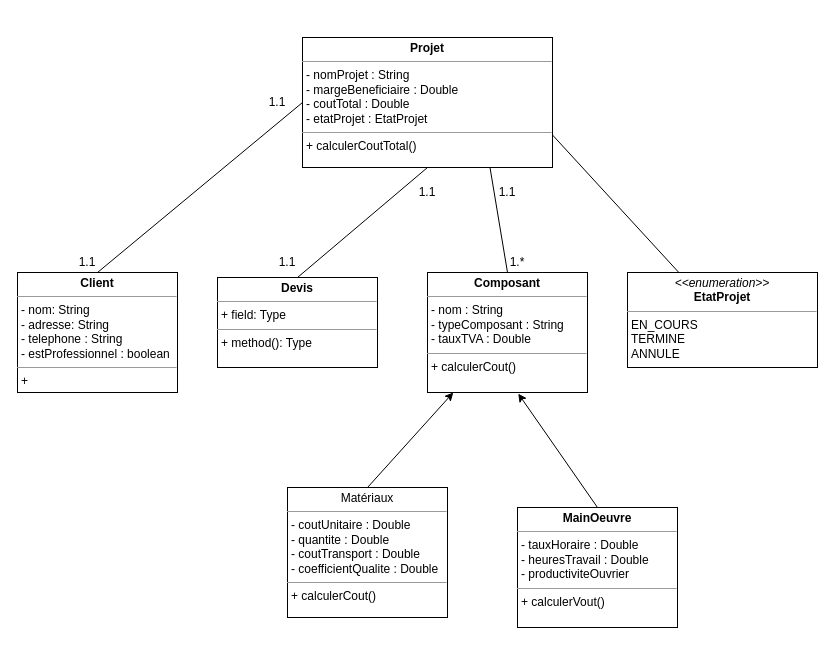
The draw.io diagram src/ db_migration/diagrammeClass.drawio in AllaouiJihad/BatiCuisine, before the edit. Source tidied: cells renumbered, new cells numbered last; positions are measured from the earlier drawing's top-left corner, leaving out a move shared by most shapes. Both pictures are drawn from the tidied source at 100%, with x=0, y=0 at pixel (17, 37).
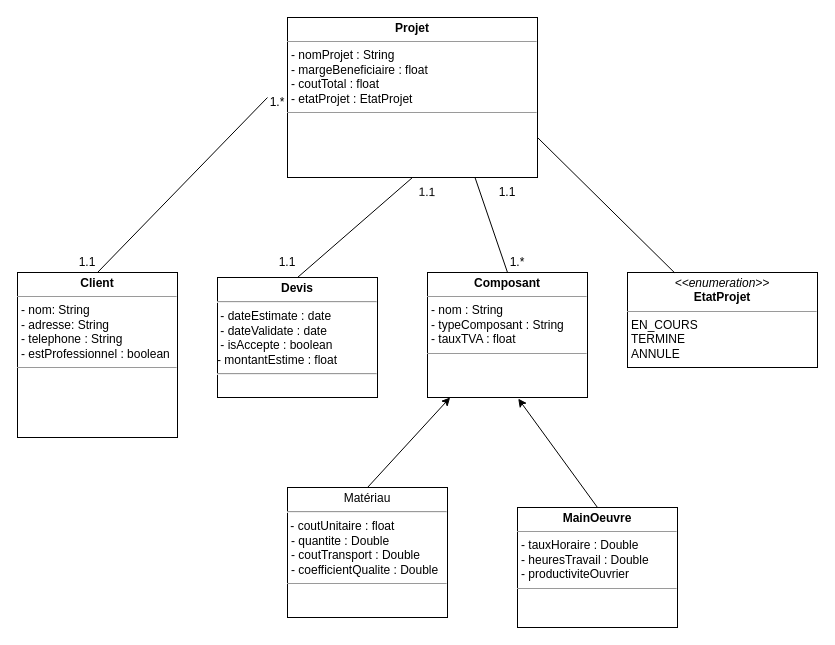
After the change.

Diff of the diagram source:
```diff
@@
-    <mxCell id="3" value="&lt;p style=&quot;margin:0px;margin-top:4px;text-align:center;&quot;&gt;&lt;b&gt;Projet&lt;/b&gt;&lt;/p&gt;&lt;hr size=&quot;1&quot;&gt;&lt;p style=&quot;margin:0px;margin-left:4px;&quot;&gt;- nomProjet : String&lt;/p&gt;&lt;p style=&quot;margin:0px;margin-left:4px;&quot;&gt;-&amp;nbsp;margeBeneficiaire : Double&lt;/p&gt;&lt;p style=&quot;margin:0px;margin-left:4px;&quot;&gt;-&amp;nbsp;coutTotal : Double&lt;/p&gt;&lt;p style=&quot;margin:0px;margin-left:4px;&quot;&gt;-&amp;nbsp;etatProjet : EtatProjet&lt;/p&gt;&lt;hr size=&quot;1&quot;&gt;&lt;p style=&quot;margin:0px;margin-left:4px;&quot;&gt;+ calculerCoutTotal()&lt;/p&gt;" style="verticalAlign=top;align=left;overflow=fill;fontSize=12;fontFamily=Helvetica;html=1;" parent="1" vertex="1">
-      <mxGeometry x="285" width="250" height="130" as="geometry" />
+    <mxCell id="3" value="&lt;p style=&quot;margin:0px;margin-top:4px;text-align:center;&quot;&gt;&lt;b&gt;Projet&lt;/b&gt;&lt;/p&gt;&lt;hr size=&quot;1&quot;&gt;&lt;p style=&quot;margin:0px;margin-left:4px;&quot;&gt;- nomProjet : String&lt;/p&gt;&lt;p style=&quot;margin:0px;margin-left:4px;&quot;&gt;-&amp;nbsp;margeBeneficiaire : float&lt;/p&gt;&lt;p style=&quot;margin:0px;margin-left:4px;&quot;&gt;-&amp;nbsp;coutTotal : float&lt;/p&gt;&lt;p style=&quot;margin:0px;margin-left:4px;&quot;&gt;-&amp;nbsp;etatProjet : EtatProjet&lt;/p&gt;&lt;hr size=&quot;1&quot;&gt;&lt;p style=&quot;margin:0px;margin-left:4px;&quot;&gt;&lt;br&gt;&lt;/p&gt;" style="verticalAlign=top;align=left;overflow=fill;fontSize=12;fontFamily=Helvetica;html=1;" parent="1" vertex="1">
+      <mxGeometry x="270" y="-20" width="250" height="160" as="geometry" />
     </mxCell>
-    <mxCell id="4" value="&lt;p style=&quot;margin:0px;margin-top:4px;text-align:center;&quot;&gt;&lt;b&gt;Client&lt;/b&gt;&lt;/p&gt;&lt;hr size=&quot;1&quot;&gt;&lt;p style=&quot;margin:0px;margin-left:4px;&quot;&gt;- nom: String&lt;/p&gt;&lt;p style=&quot;margin:0px;margin-left:4px;&quot;&gt;-&amp;nbsp;adresse: String&lt;/p&gt;&lt;p style=&quot;margin:0px;margin-left:4px;&quot;&gt;-&amp;nbsp;telephone : String&lt;/p&gt;&lt;p style=&quot;margin:0px;margin-left:4px;&quot;&gt;-&amp;nbsp;estProfessionnel : boolean&lt;/p&gt;&lt;hr size=&quot;1&quot;&gt;&lt;p style=&quot;margin:0px;margin-left:4px;&quot;&gt;+&lt;/p&gt;" style="verticalAlign=top;align=left;overflow=fill;fontSize=12;fontFamily=Helvetica;html=1;" parent="1" vertex="1">
-      <mxGeometry y="235" width="160" height="120" as="geometry" />
+    <mxCell id="4" value="&lt;p style=&quot;margin:0px;margin-top:4px;text-align:center;&quot;&gt;&lt;b&gt;Client&lt;/b&gt;&lt;/p&gt;&lt;hr size=&quot;1&quot;&gt;&lt;p style=&quot;margin:0px;margin-left:4px;&quot;&gt;- nom: String&lt;/p&gt;&lt;p style=&quot;margin:0px;margin-left:4px;&quot;&gt;-&amp;nbsp;adresse: String&lt;/p&gt;&lt;p style=&quot;margin:0px;margin-left:4px;&quot;&gt;-&amp;nbsp;telephone : String&lt;/p&gt;&lt;p style=&quot;margin:0px;margin-left:4px;&quot;&gt;-&amp;nbsp;estProfessionnel : boolean&lt;/p&gt;&lt;hr size=&quot;1&quot;&gt;&lt;p style=&quot;margin: 0px 0px 0px 4px;&quot;&gt;&lt;br&gt;&lt;/p&gt;" style="verticalAlign=top;align=left;overflow=fill;fontSize=12;fontFamily=Helvetica;html=1;" parent="1" vertex="1">
+      <mxGeometry y="235" width="160" height="165" as="geometry" />
     </mxCell>
-    <mxCell id="5" value="&lt;p style=&quot;margin:0px;margin-top:4px;text-align:center;&quot;&gt;&lt;b&gt;Devis&lt;/b&gt;&lt;/p&gt;&lt;hr size=&quot;1&quot;&gt;&lt;p style=&quot;margin:0px;margin-left:4px;&quot;&gt;+ field: Type&lt;/p&gt;&lt;hr size=&quot;1&quot;&gt;&lt;p style=&quot;margin:0px;margin-left:4px;&quot;&gt;+ method(): Type&lt;/p&gt;" style="verticalAlign=top;align=left;overflow=fill;fontSize=12;fontFamily=Helvetica;html=1;" parent="1" vertex="1">
-      <mxGeometry x="200" y="240" width="160" height="90" as="geometry" />
+    <mxCell id="5" value="&lt;p style=&quot;margin:0px;margin-top:4px;text-align:center;&quot;&gt;&lt;b&gt;Devis&lt;/b&gt;&lt;/p&gt;&lt;hr&gt;&amp;nbsp;- dateEstimate : date&lt;br&gt;&amp;nbsp;- dateValidate : date&lt;br&gt;&amp;nbsp;- isAccepte : boolean&lt;br&gt;- montantEstime : float&lt;br&gt;&lt;hr&gt;" style="verticalAlign=top;align=left;overflow=fill;fontSize=12;fontFamily=Helvetica;html=1;" parent="1" vertex="1">
+      <mxGeometry x="200" y="240" width="160" height="120" as="geometry" />
     </mxCell>
-    <mxCell id="6" value="&lt;p style=&quot;margin:0px;margin-top:4px;text-align:center;&quot;&gt;&lt;b&gt;Composant&lt;/b&gt;&lt;/p&gt;&lt;hr size=&quot;1&quot;&gt;&lt;p style=&quot;margin:0px;margin-left:4px;&quot;&gt;- nom : String&lt;/p&gt;&lt;p style=&quot;margin:0px;margin-left:4px;&quot;&gt;- typeComposant : String&lt;/p&gt;&lt;p style=&quot;margin:0px;margin-left:4px;&quot;&gt;- tauxTVA : Double&lt;/p&gt;&lt;hr size=&quot;1&quot;&gt;&lt;p style=&quot;margin:0px;margin-left:4px;&quot;&gt;+ calculerCout()&lt;/p&gt;" style="verticalAlign=top;align=left;overflow=fill;fontSize=12;fontFamily=Helvetica;html=1;" parent="1" vertex="1">
-      <mxGeometry x="410" y="235" width="160" height="120" as="geometry" />
+    <mxCell id="6" value="&lt;p style=&quot;margin:0px;margin-top:4px;text-align:center;&quot;&gt;&lt;b&gt;Composant&lt;/b&gt;&lt;/p&gt;&lt;hr size=&quot;1&quot;&gt;&lt;p style=&quot;margin:0px;margin-left:4px;&quot;&gt;- nom : String&lt;/p&gt;&lt;p style=&quot;margin:0px;margin-left:4px;&quot;&gt;- typeComposant : String&lt;/p&gt;&lt;p style=&quot;margin:0px;margin-left:4px;&quot;&gt;- tauxTVA : float&lt;/p&gt;&lt;hr size=&quot;1&quot;&gt;&lt;p style=&quot;margin: 0px 0px 0px 4px;&quot;&gt;&lt;br&gt;&lt;/p&gt;" style="verticalAlign=top;align=left;overflow=fill;fontSize=12;fontFamily=Helvetica;html=1;" parent="1" vertex="1">
+      <mxGeometry x="410" y="235" width="160" height="125" as="geometry" />
     </mxCell>
@@
-    <mxCell id="8" value="&lt;p style=&quot;margin:0px;margin-top:4px;text-align:center;&quot;&gt;Matériaux&lt;br&gt;&lt;/p&gt;&lt;hr size=&quot;1&quot;&gt;&lt;p style=&quot;margin:0px;margin-left:4px;&quot;&gt;- coutUnitaire : Double&lt;/p&gt;&lt;p style=&quot;margin:0px;margin-left:4px;&quot;&gt;- quantite : Double&lt;/p&gt;&lt;p style=&quot;margin:0px;margin-left:4px;&quot;&gt;- coutTransport : Double&lt;/p&gt;&lt;p style=&quot;margin:0px;margin-left:4px;&quot;&gt;- coefficientQualite : Double&lt;/p&gt;&lt;hr size=&quot;1&quot;&gt;&lt;p style=&quot;margin:0px;margin-left:4px;&quot;&gt;+ calculerCout()&lt;/p&gt;" style="verticalAlign=top;align=left;overflow=fill;fontSize=12;fontFamily=Helvetica;html=1;" parent="1" vertex="1">
+    <mxCell id="8" value="&lt;p style=&quot;margin:0px;margin-top:4px;text-align:center;&quot;&gt;Matériau&lt;/p&gt;&lt;hr&gt;&lt;p style=&quot;margin: 4px 0px 0px;&quot;&gt;&lt;span style=&quot;background-color: initial;&quot;&gt;&amp;nbsp;- coutUnitaire : float&lt;/span&gt;&lt;/p&gt;&lt;p style=&quot;margin:0px;margin-left:4px;&quot;&gt;- quantite : Double&lt;/p&gt;&lt;p style=&quot;margin:0px;margin-left:4px;&quot;&gt;- coutTransport : Double&lt;/p&gt;&lt;p style=&quot;margin:0px;margin-left:4px;&quot;&gt;- coefficientQualite : Double&lt;/p&gt;&lt;hr size=&quot;1&quot;&gt;&lt;p style=&quot;margin:0px;margin-left:4px;&quot;&gt;&lt;br&gt;&lt;/p&gt;" style="verticalAlign=top;align=left;overflow=fill;fontSize=12;fontFamily=Helvetica;html=1;" parent="1" vertex="1">
       <mxGeometry x="270" y="450" width="160" height="130" as="geometry" />
     </mxCell>
@@
-    <mxCell id="10" value="&lt;p style=&quot;margin:0px;margin-top:4px;text-align:center;&quot;&gt;&lt;b&gt;MainOeuvre&lt;/b&gt;&lt;/p&gt;&lt;hr size=&quot;1&quot;&gt;&lt;p style=&quot;margin:0px;margin-left:4px;&quot;&gt;- tauxHoraire : Double&lt;/p&gt;&lt;p style=&quot;margin:0px;margin-left:4px;&quot;&gt;- heuresTravail : Double&lt;/p&gt;&lt;p style=&quot;margin:0px;margin-left:4px;&quot;&gt;- productiviteOuvrier&lt;/p&gt;&lt;hr size=&quot;1&quot;&gt;&lt;p style=&quot;margin:0px;margin-left:4px;&quot;&gt;+ calculerVout()&lt;/p&gt;" style="verticalAlign=top;align=left;overflow=fill;fontSize=12;fontFamily=Helvetica;html=1;" parent="1" vertex="1">
+    <mxCell id="10" value="&lt;p style=&quot;margin:0px;margin-top:4px;text-align:center;&quot;&gt;&lt;b&gt;MainOeuvre&lt;/b&gt;&lt;/p&gt;&lt;hr size=&quot;1&quot;&gt;&lt;p style=&quot;margin:0px;margin-left:4px;&quot;&gt;- tauxHoraire : Double&lt;/p&gt;&lt;p style=&quot;margin:0px;margin-left:4px;&quot;&gt;- heuresTravail : Double&lt;/p&gt;&lt;p style=&quot;margin:0px;margin-left:4px;&quot;&gt;- productiviteOuvrier&lt;/p&gt;&lt;hr size=&quot;1&quot;&gt;&lt;p style=&quot;margin:0px;margin-left:4px;&quot;&gt;&lt;br&gt;&lt;/p&gt;" style="verticalAlign=top;align=left;overflow=fill;fontSize=12;fontFamily=Helvetica;html=1;" parent="1" vertex="1">
       <mxGeometry x="500" y="470" width="160" height="120" as="geometry" />
     </mxCell>
@@
-    <mxCell id="15" value="1.1" style="text;html=1;strokeColor=none;fillColor=none;align=center;verticalAlign=middle;whiteSpace=wrap;rounded=0;" parent="1" vertex="1">
+    <mxCell id="15" value="1.1" style="text;html=1;strokeColor=none;fillColor=none;align=center;verticalAlign=middle;whiteSpace=wrap;rounded=0;rotation=1;" parent="1" vertex="1">
       <mxGeometry x="380" y="140" width="60" height="30" as="geometry" />
     </mxCell>
@@
-    <mxCell id="17" value="1.1" style="text;html=1;strokeColor=none;fillColor=none;align=center;verticalAlign=middle;whiteSpace=wrap;rounded=0;" parent="1" vertex="1">
+    <mxCell id="17" value="1.*" style="text;html=1;strokeColor=none;fillColor=none;align=center;verticalAlign=middle;whiteSpace=wrap;rounded=0;" parent="1" vertex="1">
       <mxGeometry x="230" y="50" width="60" height="30" as="geometry" />
     </mxCell>
-    <mxCell id="18" style="endArrow=none;html=1;rounded=0;exitX=0.5;exitY=0;exitDx=0;exitDy=0;entryX=0;entryY=0.5;entryDx=0;entryDy=0;" parent="1" edge="1" source="4" target="3">
-      <mxGeometry relative="1" as="geometry" />
+    <mxCell id="18" style="endArrow=none;html=1;rounded=0;exitX=0.5;exitY=0;exitDx=0;exitDy=0;" parent="1" edge="1" source="4">
+      <mxGeometry relative="1" as="geometry">
+        <mxPoint x="250" y="60" as="targetPoint" />
+      </mxGeometry>
     </mxCell>
```
